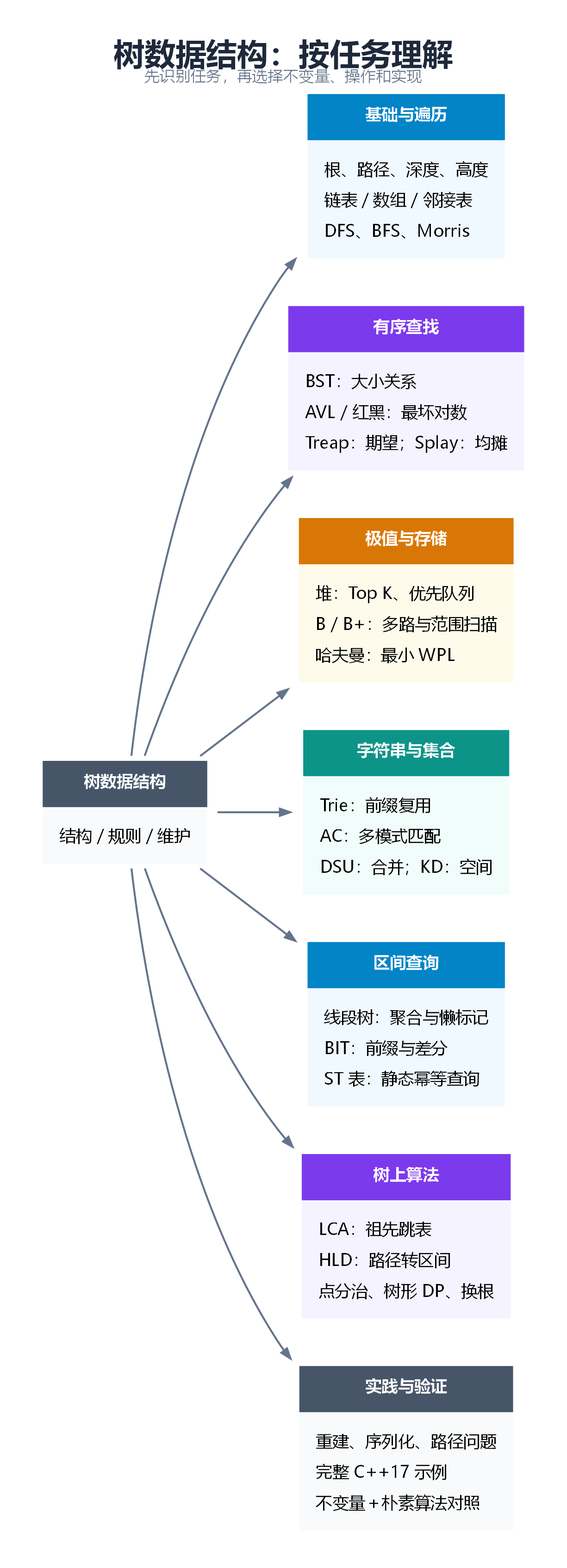
Before: C++数据结构与算法/树/assets/overview.png, a diagram exported from Graphviz (zingerWang/Jobs). Its source is kept beside it as C++数据结构与算法/树/assets/overview.dot.
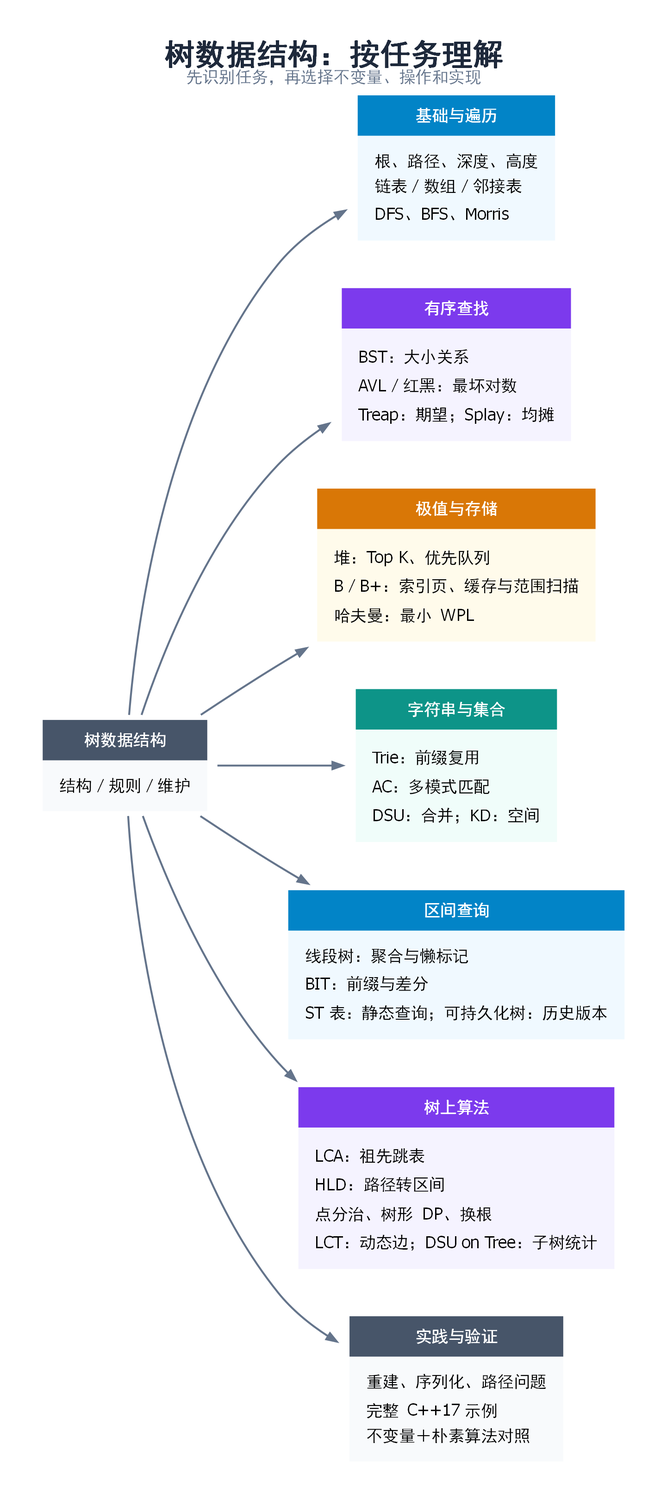
After the change.

Commit message:
docs: expand tree study guide and clarify exec failure reporting

Diff of the diagram source:
```diff
@@ -1,11 +1,11 @@
-digraph G { graph [rankdir=LR, bgcolor="white", pad="0.35", nodesep="0.4", ranksep="0.65", ordering=out, dpi=200, fontname="Microsoft YaHei", labelloc=t, label=<<B><FONT POINT-SIZE="24" COLOR="#1E293B">树数据结构：按任务理解</FONT></B><BR/><FONT POINT-SIZE="12" COLOR="#64748B">先识别任务，再选择不变量、操作和实现</FONT>>]; node [shape=plaintext, fontname="Microsoft YaHei", fontsize=13]; edge [fontname="Microsoft YaHei", fontsize=11, color="#64748B", penwidth=1.5, arrowsize=0.8];
+digraph G { graph [rankdir=LR, bgcolor="white", pad="0.35", nodesep="0.4", ranksep="0.65", ordering=out, dpi=200, fontname="PingFang SC", labelloc=t, label=<<B><FONT POINT-SIZE="24" COLOR="#1E293B">树数据结构：按任务理解</FONT></B><BR/><FONT POINT-SIZE="13" COLOR="#64748B">先识别任务，再选择不变量、操作和实现</FONT>>]; node [shape=plaintext, fontname="PingFang SC", fontsize=13]; edge [fontname="PingFang SC", fontsize=11, color="#64748B", penwidth=1.5, arrowsize=0.8];
 r [label=<<TABLE BORDER="0" CELLBORDER="0" CELLSPACING="0" CELLPADDING="9"><TR><TD BGCOLOR="#475569"><FONT COLOR="white"><B>树数据结构</B></FONT></TD></TR><TR><TD BGCOLOR="#F8FAFC"><TABLE BORDER="0" CELLBORDER="0"><TR><TD ALIGN="LEFT">结构／规则／维护</TD></TR></TABLE></TD></TR></TABLE>>];
 a [label=<<TABLE BORDER="0" CELLBORDER="0" CELLSPACING="0" CELLPADDING="9"><TR><TD BGCOLOR="#0284C7"><FONT COLOR="white"><B>基础与遍历</B></FONT></TD></TR><TR><TD BGCOLOR="#F0F9FF"><TABLE BORDER="0" CELLBORDER="0"><TR><TD ALIGN="LEFT">根、路径、深度、高度</TD></TR><TR><TD ALIGN="LEFT">链表／数组／邻接表</TD></TR><TR><TD ALIGN="LEFT">DFS、BFS、Morris</TD></TR></TABLE></TD></TR></TABLE>>];
 b [label=<<TABLE BORDER="0" CELLBORDER="0" CELLSPACING="0" CELLPADDING="9"><TR><TD BGCOLOR="#7C3AED"><FONT COLOR="white"><B>有序查找</B></FONT></TD></TR><TR><TD BGCOLOR="#F5F3FF"><TABLE BORDER="0" CELLBORDER="0"><TR><TD ALIGN="LEFT">BST：大小关系</TD></TR><TR><TD ALIGN="LEFT">AVL／红黑：最坏对数</TD></TR><TR><TD ALIGN="LEFT">Treap：期望；Splay：均摊</TD></TR></TABLE></TD></TR></TABLE>>];
-c [label=<<TABLE BORDER="0" CELLBORDER="0" CELLSPACING="0" CELLPADDING="9"><TR><TD BGCOLOR="#D97706"><FONT COLOR="white"><B>极值与存储</B></FONT></TD></TR><TR><TD BGCOLOR="#FFFBEB"><TABLE BORDER="0" CELLBORDER="0"><TR><TD ALIGN="LEFT">堆：Top K、优先队列</TD></TR><TR><TD ALIGN="LEFT">B／B+：多路与范围扫描</TD></TR><TR><TD ALIGN="LEFT">哈夫曼：最小 WPL</TD></TR></TABLE></TD></TR></TABLE>>];
+c [label=<<TABLE BORDER="0" CELLBORDER="0" CELLSPACING="0" CELLPADDING="9"><TR><TD BGCOLOR="#D97706"><FONT COLOR="white"><B>极值与存储</B></FONT></TD></TR><TR><TD BGCOLOR="#FFFBEB"><TABLE BORDER="0" CELLBORDER="0"><TR><TD ALIGN="LEFT">堆：Top K、优先队列</TD></TR><TR><TD ALIGN="LEFT">B／B+：索引页、缓存与范围扫描</TD></TR><TR><TD ALIGN="LEFT">哈夫曼：最小 WPL</TD></TR></TABLE></TD></TR></TABLE>>];
 d [label=<<TABLE BORDER="0" CELLBORDER="0" CELLSPACING="0" CELLPADDING="9"><TR><TD BGCOLOR="#0D9488"><FONT COLOR="white"><B>字符串与集合</B></FONT></TD></TR><TR><TD BGCOLOR="#F0FDFA"><TABLE BORDER="0" CELLBORDER="0"><TR><TD ALIGN="LEFT">Trie：前缀复用</TD></TR><TR><TD ALIGN="LEFT">AC：多模式匹配</TD></TR><TR><TD ALIGN="LEFT">DSU：合并；KD：空间</TD></TR></TABLE></TD></TR></TABLE>>];
-e [label=<<TABLE BORDER="0" CELLBORDER="0" CELLSPACING="0" CELLPADDING="9"><TR><TD BGCOLOR="#0284C7"><FONT COLOR="white"><B>区间查询</B></FONT></TD></TR><TR><TD BGCOLOR="#F0F9FF"><TABLE BORDER="0" CELLBORDER="0"><TR><TD ALIGN="LEFT">线段树：聚合与懒标记</TD></TR><TR><TD ALIGN="LEFT">BIT：前缀与差分</TD></TR><TR><TD ALIGN="LEFT">ST 表：静态幂等查询</TD></TR></TABLE></TD></TR></TABLE>>];
-f [label=<<TABLE BORDER="0" CELLBORDER="0" CELLSPACING="0" CELLPADDING="9"><TR><TD BGCOLOR="#7C3AED"><FONT COLOR="white"><B>树上算法</B></FONT></TD></TR><TR><TD BGCOLOR="#F5F3FF"><TABLE BORDER="0" CELLBORDER="0"><TR><TD ALIGN="LEFT">LCA：祖先跳表</TD></TR><TR><TD ALIGN="LEFT">HLD：路径转区间</TD></TR><TR><TD ALIGN="LEFT">点分治、树形 DP、换根</TD></TR></TABLE></TD></TR></TABLE>>];
+e [label=<<TABLE BORDER="0" CELLBORDER="0" CELLSPACING="0" CELLPADDING="9"><TR><TD BGCOLOR="#0284C7"><FONT COLOR="white"><B>区间查询</B></FONT></TD></TR><TR><TD BGCOLOR="#F0F9FF"><TABLE BORDER="0" CELLBORDER="0"><TR><TD ALIGN="LEFT">线段树：聚合与懒标记</TD></TR><TR><TD ALIGN="LEFT">BIT：前缀与差分</TD></TR><TR><TD ALIGN="LEFT">ST 表：静态查询；可持久化树：历史版本</TD></TR></TABLE></TD></TR></TABLE>>];
+f [label=<<TABLE BORDER="0" CELLBORDER="0" CELLSPACING="0" CELLPADDING="9"><TR><TD BGCOLOR="#7C3AED"><FONT COLOR="white"><B>树上算法</B></FONT></TD></TR><TR><TD BGCOLOR="#F5F3FF"><TABLE BORDER="0" CELLBORDER="0"><TR><TD ALIGN="LEFT">LCA：祖先跳表</TD></TR><TR><TD ALIGN="LEFT">HLD：路径转区间</TD></TR><TR><TD ALIGN="LEFT">点分治、树形 DP、换根</TD></TR><TR><TD ALIGN="LEFT">LCT：动态边；DSU on Tree：子树统计</TD></TR></TABLE></TD></TR></TABLE>>];
 g [label=<<TABLE BORDER="0" CELLBORDER="0" CELLSPACING="0" CELLPADDING="9"><TR><TD BGCOLOR="#475569"><FONT COLOR="white"><B>实践与验证</B></FONT></TD></TR><TR><TD BGCOLOR="#F8FAFC"><TABLE BORDER="0" CELLBORDER="0"><TR><TD ALIGN="LEFT">重建、序列化、路径问题</TD></TR><TR><TD ALIGN="LEFT">完整 C++17 示例</TD></TR><TR><TD ALIGN="LEFT">不变量＋朴素算法对照</TD></TR></TABLE></TD></TR></TABLE>>];
 r -> a [label=""];
 r -> b [label=""];
```
